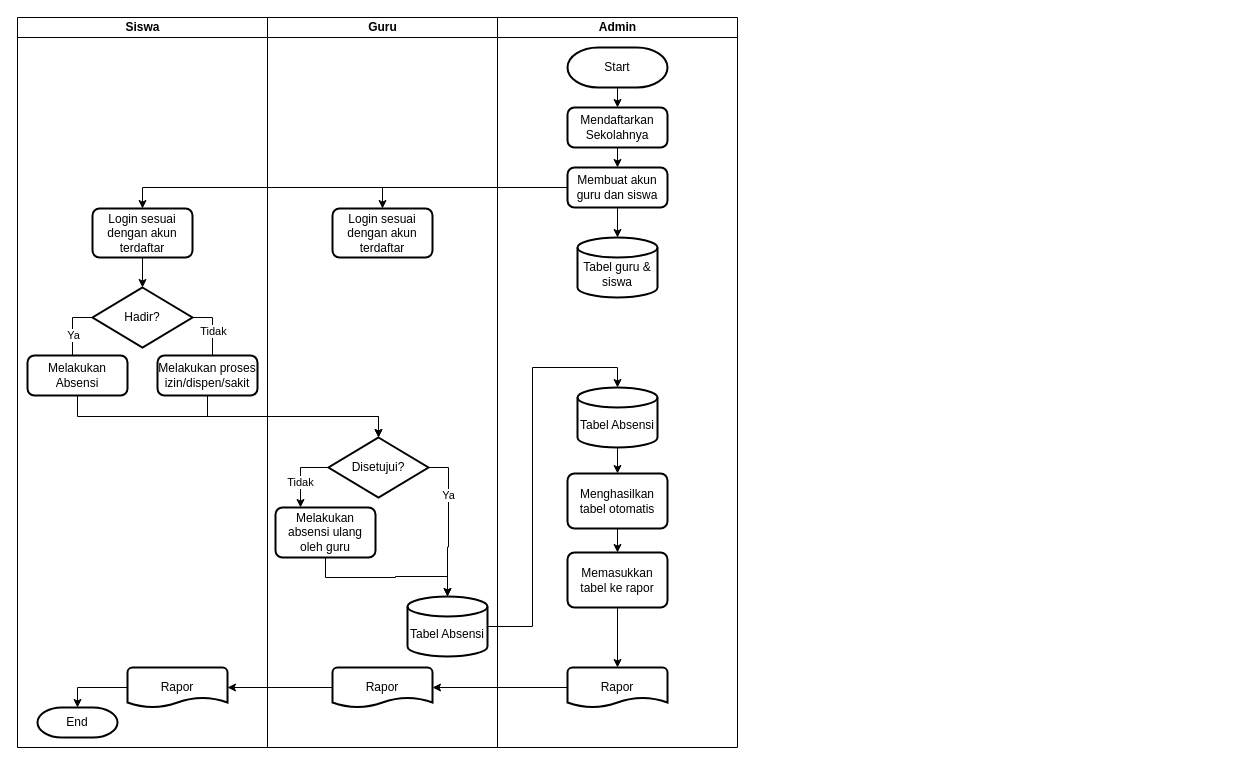
Above: FlowchartAplikasiAbsensi.drawio in Sacrit38/CPP-Ponggame (draw.io), before the change. Source tidied: cells renumbered, new cells numbered last; positions are measured from the earlier drawing's top-left corner, leaving out a move shared by most shapes. Both pictures are drawn from the tidied source at 100%, with x=0, y=0 at pixel (17, 17).
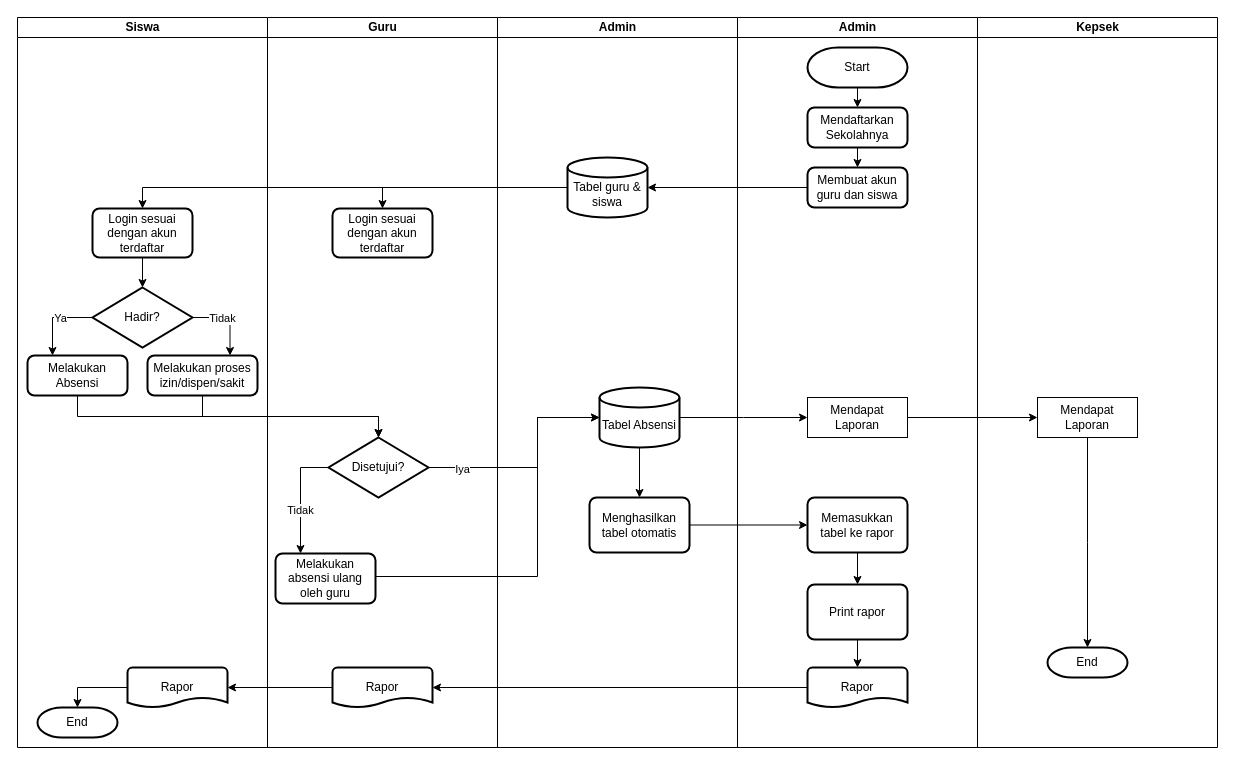
After the change.

The change refers to these unchanged cells:
```xml
<mxCell id="7" value="Membuat akun guru dan siswa" style="rounded=1;whiteSpace=wrap;html=1;absoluteArcSize=1;arcSize=14;strokeWidth=2;" parent="2" vertex="1">
  <mxGeometry x="70" y="150" width="100" height="40" as="geometry" />
</mxCell>
<mxCell id="16" value="Rapor" style="strokeWidth=2;html=1;shape=mxgraph.flowchart.document2;whiteSpace=wrap;size=0.25;" parent="2" vertex="1">
  <mxGeometry x="70" y="650" width="100" height="40" as="geometry" />
</mxCell>
<mxCell id="17" value="Guru" style="swimlane;html=1;startSize=20;" parent="1" vertex="1">
  <mxGeometry x="250" width="230" height="730" as="geometry" />
</mxCell>
<mxCell id="18" value="Login sesuai dengan akun terdaftar" style="rounded=1;whiteSpace=wrap;html=1;absoluteArcSize=1;arcSize=14;strokeWidth=2;" parent="17" vertex="1">
  <mxGeometry x="65" y="191" width="100" height="49" as="geometry" />
</mxCell>
<mxCell id="23" value="Disetujui?" style="strokeWidth=2;html=1;shape=mxgraph.flowchart.decision;whiteSpace=wrap;" parent="17" vertex="1">
  <mxGeometry x="61" y="420" width="100" height="60" as="geometry" />
</mxCell>
<mxCell id="28" value="Siswa" style="swimlane;html=1;startSize=20;" parent="1" vertex="1">
  <mxGeometry width="250" height="730" as="geometry" />
</mxCell>
<mxCell id="29" value="Login sesuai dengan akun terdaftar" style="rounded=1;whiteSpace=wrap;html=1;absoluteArcSize=1;arcSize=14;strokeWidth=2;" parent="28" vertex="1">
  <mxGeometry x="75" y="191" width="100" height="49" as="geometry" />
</mxCell>
<mxCell id="34" value="Hadir?" style="strokeWidth=2;html=1;shape=mxgraph.flowchart.decision;whiteSpace=wrap;" parent="28" vertex="1">
  <mxGeometry x="75" y="270" width="100" height="60" as="geometry" />
</mxCell>
<mxCell id="36" value="Melakukan Absensi" style="rounded=1;whiteSpace=wrap;html=1;absoluteArcSize=1;arcSize=14;strokeWidth=2;" parent="28" vertex="1">
  <mxGeometry x="10" y="338" width="100" height="40" as="geometry" />
</mxCell>
```

The edit, as a diff of the source:
```diff
@@
     <mxCell id="2" value="Admin" style="swimlane;html=1;startSize=20;" parent="1" vertex="1">
-      <mxGeometry x="480" width="240" height="730" as="geometry" />
+      <mxGeometry x="720" width="240" height="730" as="geometry" />
     </mxCell>
@@
-    <mxCell id="8" value="&lt;br&gt;Tabel guru &amp;amp; siswa" style="strokeWidth=2;html=1;shape=mxgraph.flowchart.database;whiteSpace=wrap;" parent="2" vertex="1">
-      <mxGeometry x="80" y="220" width="80" height="60" as="geometry" />
-    </mxCell>
-    <mxCell id="9" style="edgeStyle=orthogonalEdgeStyle;rounded=0;jettySize=auto;html=1;exitX=0.5;exitY=1;exitDx=0;exitDy=0;entryX=0.5;entryY=0;entryDx=0;entryDy=0;entryPerimeter=0;" parent="2" edge="1" source="7" target="8">
-      <mxGeometry relative="1" as="geometry" />
-    </mxCell>
-    <mxCell id="10" style="edgeStyle=orthogonalEdgeStyle;rounded=0;jettySize=auto;html=1;entryX=0.5;entryY=0;entryDx=0;entryDy=0;" parent="2" edge="1" source="11" target="13">
-      <mxGeometry relative="1" as="geometry" />
-    </mxCell>
-    <mxCell id="11" value="&lt;br&gt;Tabel Absensi" style="strokeWidth=2;html=1;shape=mxgraph.flowchart.database;whiteSpace=wrap;" parent="2" vertex="1">
-      <mxGeometry x="80" y="370" width="80" height="60" as="geometry" />
-    </mxCell>
-    <mxCell id="12" style="edgeStyle=orthogonalEdgeStyle;rounded=0;jettySize=auto;html=1;exitX=0.5;exitY=1;exitDx=0;exitDy=0;entryX=0.5;entryY=0;entryDx=0;entryDy=0;" parent="2" edge="1" source="13" target="15">
-      <mxGeometry relative="1" as="geometry" />
-    </mxCell>
-    <mxCell id="13" value="Menghasilkan tabel otomatis" style="rounded=1;whiteSpace=wrap;html=1;absoluteArcSize=1;arcSize=14;strokeWidth=2;" parent="2" vertex="1">
-      <mxGeometry x="70" y="456" width="100" height="55" as="geometry" />
-    </mxCell>
-    <mxCell id="14" style="edgeStyle=orthogonalEdgeStyle;rounded=0;jettySize=auto;html=1;exitX=0.5;exitY=1;exitDx=0;exitDy=0;entryX=0.5;entryY=0;entryDx=0;entryDy=0;entryPerimeter=0;" parent="2" edge="1" source="15" target="16">
-      <mxGeometry relative="1" as="geometry" />
-    </mxCell>
+    <mxCell id="48" style="edgeStyle=orthogonalEdgeStyle;rounded=0;jettySize=auto;html=1;" parent="2" edge="1" source="15" target="50">
+      <mxGeometry relative="1" as="geometry" />
+    </mxCell>
     <mxCell id="15" value="Memasukkan tabel ke rapor" style="rounded=1;whiteSpace=wrap;html=1;absoluteArcSize=1;arcSize=14;strokeWidth=2;" parent="2" vertex="1">
-      <mxGeometry x="70" y="535" width="100" height="55" as="geometry" />
+      <mxGeometry x="70" y="480" width="100" height="55" as="geometry" />
     </mxCell>
@@
+    <mxCell id="49" style="edgeStyle=orthogonalEdgeStyle;rounded=0;jettySize=auto;html=1;" parent="2" edge="1" source="50" target="16">
+      <mxGeometry relative="1" as="geometry" />
+    </mxCell>
+    <mxCell id="50" value="Print rapor" style="rounded=1;whiteSpace=wrap;html=1;absoluteArcSize=1;arcSize=14;strokeWidth=2;" parent="2" vertex="1">
+      <mxGeometry x="70" y="567" width="100" height="55" as="geometry" />
+    </mxCell>
+    <mxCell id="51" value="Mendapat Laporan" style="rounded=0;whiteSpace=wrap;html=1;" parent="2" vertex="1">
+      <mxGeometry x="70" y="380" width="100" height="40" as="geometry" />
+    </mxCell>
@@
-    <mxCell id="21" style="edgeStyle=orthogonalEdgeStyle;rounded=0;jettySize=auto;html=1;exitX=1;exitY=0.5;exitDx=0;exitDy=0;exitPerimeter=0;entryX=0.5;entryY=0;entryDx=0;entryDy=0;entryPerimeter=0;" parent="17" edge="1" source="23" target="25">
-      <mxGeometry relative="1" as="geometry" />
-    </mxCell>
-    <mxCell id="22" value="Ya" style="edgeLabel;html=1;align=center;verticalAlign=middle;" parent="21" vertex="1">
-      <mxGeometry x="-0.38" y="-1" relative="1" as="geometry" />
-    </mxCell>
@@
     <mxCell id="24" value="Melakukan absensi ulang oleh guru" style="rounded=1;whiteSpace=wrap;html=1;absoluteArcSize=1;arcSize=14;strokeWidth=2;" parent="17" vertex="1">
-      <mxGeometry x="8" y="490" width="100" height="50" as="geometry" />
+      <mxGeometry x="8" y="536" width="100" height="50" as="geometry" />
     </mxCell>
-    <mxCell id="25" value="&lt;br&gt;Tabel Absensi" style="strokeWidth=2;html=1;shape=mxgraph.flowchart.database;whiteSpace=wrap;" parent="17" vertex="1">
-      <mxGeometry x="140" y="579" width="80" height="60" as="geometry" />
-    </mxCell>
-    <mxCell id="26" style="edgeStyle=orthogonalEdgeStyle;rounded=0;jettySize=auto;html=1;exitX=0.5;exitY=1;exitDx=0;exitDy=0;entryX=0.5;entryY=0;entryDx=0;entryDy=0;entryPerimeter=0;" parent="17" edge="1" source="24" target="25">
-      <mxGeometry relative="1" as="geometry" />
-    </mxCell>
@@
-    <mxCell id="30" style="edgeStyle=orthogonalEdgeStyle;rounded=0;jettySize=auto;html=1;exitX=1;exitY=0.5;exitDx=0;exitDy=0;exitPerimeter=0;entryX=0.5;entryY=0;entryDx=0;entryDy=0;" parent="28" edge="1" source="34" target="37">
+    <mxCell id="30" style="edgeStyle=orthogonalEdgeStyle;rounded=0;jettySize=auto;html=1;exitX=1;exitY=0.5;exitDx=0;exitDy=0;exitPerimeter=0;entryX=0.75;entryY=0;entryDx=0;entryDy=0;" parent="28" edge="1" source="34" target="37">
       <mxGeometry relative="1" as="geometry" />
     </mxCell>
@@
-    <mxCell id="32" style="edgeStyle=orthogonalEdgeStyle;rounded=0;jettySize=auto;html=1;exitX=0;exitY=0.5;exitDx=0;exitDy=0;exitPerimeter=0;entryX=0.5;entryY=0;entryDx=0;entryDy=0;" parent="28" edge="1" source="34" target="36">
+    <mxCell id="32" style="edgeStyle=orthogonalEdgeStyle;rounded=0;jettySize=auto;html=1;exitX=0;exitY=0.5;exitDx=0;exitDy=0;exitPerimeter=0;entryX=0.25;entryY=0;entryDx=0;entryDy=0;" parent="28" edge="1" source="34" target="36">
       <mxGeometry relative="1" as="geometry" />
     </mxCell>
@@
     <mxCell id="37" value="Melakukan proses izin/dispen/sakit" style="rounded=1;whiteSpace=wrap;html=1;absoluteArcSize=1;arcSize=14;strokeWidth=2;" parent="28" vertex="1">
-      <mxGeometry x="140" y="338" width="100" height="40" as="geometry" />
+      <mxGeometry x="130" y="338" width="110" height="40" as="geometry" />
     </mxCell>
@@
-    <mxCell id="41" style="edgeStyle=orthogonalEdgeStyle;rounded=0;jettySize=auto;html=1;entryX=0.5;entryY=0;entryDx=0;entryDy=0;" parent="1" edge="1" source="7" target="18">
-      <mxGeometry relative="1" as="geometry" />
-    </mxCell>
-    <mxCell id="42" style="edgeStyle=orthogonalEdgeStyle;rounded=0;jettySize=auto;html=1;entryX=0.5;entryY=0;entryDx=0;entryDy=0;" parent="1" edge="1" source="7" target="29">
-      <mxGeometry relative="1" as="geometry" />
-    </mxCell>
@@
-    <mxCell id="45" style="edgeStyle=orthogonalEdgeStyle;rounded=0;jettySize=auto;html=1;entryX=0.5;entryY=0;entryDx=0;entryDy=0;entryPerimeter=0;" parent="1" edge="1" source="25" target="11">
-      <mxGeometry relative="1" as="geometry" />
-    </mxCell>
@@
+    <mxCell id="52" value="Admin" style="swimlane;html=1;startSize=20;" parent="1" vertex="1">
+      <mxGeometry x="480" width="240" height="730" as="geometry" />
+    </mxCell>
+    <mxCell id="53" style="edgeStyle=orthogonalEdgeStyle;rounded=0;orthogonalLoop=1;jettySize=auto;html=1;exitX=0.5;exitY=1;exitDx=0;exitDy=0;exitPerimeter=0;entryX=0.5;entryY=0;entryDx=0;entryDy=0;" parent="52" edge="1">
+      <mxGeometry relative="1" as="geometry">
+        <mxPoint x="120" y="70" as="sourcePoint" />
+      </mxGeometry>
+    </mxCell>
+    <mxCell id="54" style="edgeStyle=orthogonalEdgeStyle;rounded=0;orthogonalLoop=1;jettySize=auto;html=1;exitX=0.5;exitY=1;exitDx=0;exitDy=0;entryX=0.5;entryY=0;entryDx=0;entryDy=0;" parent="52" edge="1">
+      <mxGeometry relative="1" as="geometry">
+        <mxPoint x="120" y="130" as="sourcePoint" />
+      </mxGeometry>
+    </mxCell>
+    <mxCell id="8" value="&lt;br&gt;Tabel guru &amp;amp; siswa" style="strokeWidth=2;html=1;shape=mxgraph.flowchart.database;whiteSpace=wrap;" parent="52" vertex="1">
+      <mxGeometry x="70" y="140" width="80" height="60" as="geometry" />
+    </mxCell>
+    <mxCell id="55" style="edgeStyle=orthogonalEdgeStyle;rounded=0;jettySize=auto;html=1;entryX=0.5;entryY=0;entryDx=0;entryDy=0;" parent="52" edge="1" source="57" target="13">
+      <mxGeometry relative="1" as="geometry" />
+    </mxCell>
+    <mxCell id="56" style="edgeStyle=orthogonalEdgeStyle;rounded=0;jettySize=auto;html=1;" parent="52" edge="1" source="57">
+      <mxGeometry relative="1" as="geometry">
+        <mxPoint x="310" y="400" as="targetPoint" />
+      </mxGeometry>
+    </mxCell>
+    <mxCell id="57" value="&lt;br&gt;Tabel Absensi" style="strokeWidth=2;html=1;shape=mxgraph.flowchart.database;whiteSpace=wrap;" parent="52" vertex="1">
+      <mxGeometry x="102" y="370" width="80" height="60" as="geometry" />
+    </mxCell>
+    <mxCell id="13" value="Menghasilkan tabel otomatis" style="rounded=1;whiteSpace=wrap;html=1;absoluteArcSize=1;arcSize=14;strokeWidth=2;" parent="52" vertex="1">
+      <mxGeometry x="92" y="480" width="100" height="55" as="geometry" />
+    </mxCell>
+    <mxCell id="9" style="edgeStyle=orthogonalEdgeStyle;rounded=0;jettySize=auto;html=1;entryX=1;entryY=0.5;entryDx=0;entryDy=0;entryPerimeter=0;" parent="1" edge="1" source="7" target="8">
+      <mxGeometry relative="1" as="geometry" />
+    </mxCell>
+    <mxCell id="26" style="edgeStyle=orthogonalEdgeStyle;rounded=0;jettySize=auto;html=1;" parent="1" edge="1" source="24" target="57">
+      <mxGeometry relative="1" as="geometry">
+        <Array as="points">
+          <mxPoint x="520" y="559" />
+          <mxPoint x="520" y="400" />
+        </Array>
+      </mxGeometry>
+    </mxCell>
+    <mxCell id="58" style="edgeStyle=orthogonalEdgeStyle;rounded=0;jettySize=auto;html=1;" parent="1" edge="1" source="23" target="57">
+      <mxGeometry relative="1" as="geometry">
+        <Array as="points">
+          <mxPoint x="520" y="450" />
+          <mxPoint x="520" y="400" />
+        </Array>
+      </mxGeometry>
+    </mxCell>
+    <mxCell id="59" value="Iya" style="edgeLabel;html=1;align=center;verticalAlign=middle;" parent="58" vertex="1">
+      <mxGeometry x="-0.62" y="-3" relative="1" as="geometry">
+        <mxPoint x="-9" y="-2" as="offset" />
+      </mxGeometry>
+    </mxCell>
+    <mxCell id="12" style="edgeStyle=orthogonalEdgeStyle;rounded=0;jettySize=auto;html=1;entryX=0;entryY=0.5;entryDx=0;entryDy=0;" parent="1" edge="1" source="13" target="15">
+      <mxGeometry relative="1" as="geometry" />
+    </mxCell>
+    <mxCell id="60" style="edgeStyle=orthogonalEdgeStyle;rounded=0;jettySize=auto;html=1;entryX=0.5;entryY=0;entryDx=0;entryDy=0;" parent="1" edge="1" source="8" target="18">
+      <mxGeometry relative="1" as="geometry" />
+    </mxCell>
+    <mxCell id="61" style="edgeStyle=orthogonalEdgeStyle;rounded=0;jettySize=auto;html=1;entryX=0.5;entryY=0;entryDx=0;entryDy=0;" parent="1" edge="1" source="8" target="29">
+      <mxGeometry relative="1" as="geometry" />
+    </mxCell>
+    <mxCell id="62" value="Kepsek" style="swimlane;html=1;startSize=20;" parent="1" vertex="1">
+      <mxGeometry x="960" width="240" height="730" as="geometry" />
+    </mxCell>
+    <mxCell id="63" style="edgeStyle=orthogonalEdgeStyle;rounded=0;orthogonalLoop=1;jettySize=auto;html=1;exitX=0.5;exitY=1;exitDx=0;exitDy=0;exitPerimeter=0;entryX=0.5;entryY=0;entryDx=0;entryDy=0;" parent="62" edge="1">
+      <mxGeometry relative="1" as="geometry">
+        <mxPoint x="120" y="70" as="sourcePoint" />
+      </mxGeometry>
+    </mxCell>
+    <mxCell id="64" style="edgeStyle=orthogonalEdgeStyle;rounded=0;orthogonalLoop=1;jettySize=auto;html=1;exitX=0.5;exitY=1;exitDx=0;exitDy=0;entryX=0.5;entryY=0;entryDx=0;entryDy=0;" parent="62" edge="1">
+      <mxGeometry relative="1" as="geometry">
+        <mxPoint x="120" y="150" as="targetPoint" />
+      </mxGeometry>
+    </mxCell>
+    <mxCell id="65" style="edgeStyle=orthogonalEdgeStyle;rounded=0;orthogonalLoop=1;jettySize=auto;html=1;" parent="62" edge="1">
+      <mxGeometry relative="1" as="geometry">
+        <mxPoint x="120" y="525" as="sourcePoint" />
+      </mxGeometry>
+    </mxCell>
+    <mxCell id="66" style="edgeStyle=orthogonalEdgeStyle;rounded=0;orthogonalLoop=1;jettySize=auto;html=1;" parent="62" edge="1">
+      <mxGeometry relative="1" as="geometry">
+        <mxPoint x="120.1" y="620" as="sourcePoint" />
+      </mxGeometry>
+    </mxCell>
+    <mxCell id="67" style="edgeStyle=orthogonalEdgeStyle;rounded=0;jettySize=auto;html=1;" parent="62" edge="1" source="68">
+      <mxGeometry relative="1" as="geometry">
+        <mxPoint x="110" y="630" as="targetPoint" />
+      </mxGeometry>
+    </mxCell>
+    <mxCell id="68" value="Mendapat Laporan" style="rounded=0;whiteSpace=wrap;html=1;" parent="62" vertex="1">
+      <mxGeometry x="60" y="380" width="100" height="40" as="geometry" />
+    </mxCell>
+    <mxCell id="69" value="End" style="strokeWidth=2;html=1;shape=mxgraph.flowchart.terminator;whiteSpace=wrap;" parent="62" vertex="1">
+      <mxGeometry x="70" y="630" width="80" height="30" as="geometry" />
+    </mxCell>
+    <mxCell id="70" style="edgeStyle=orthogonalEdgeStyle;rounded=0;jettySize=auto;html=1;" parent="1" edge="1" source="51" target="68">
+      <mxGeometry relative="1" as="geometry" />
+    </mxCell>
```
